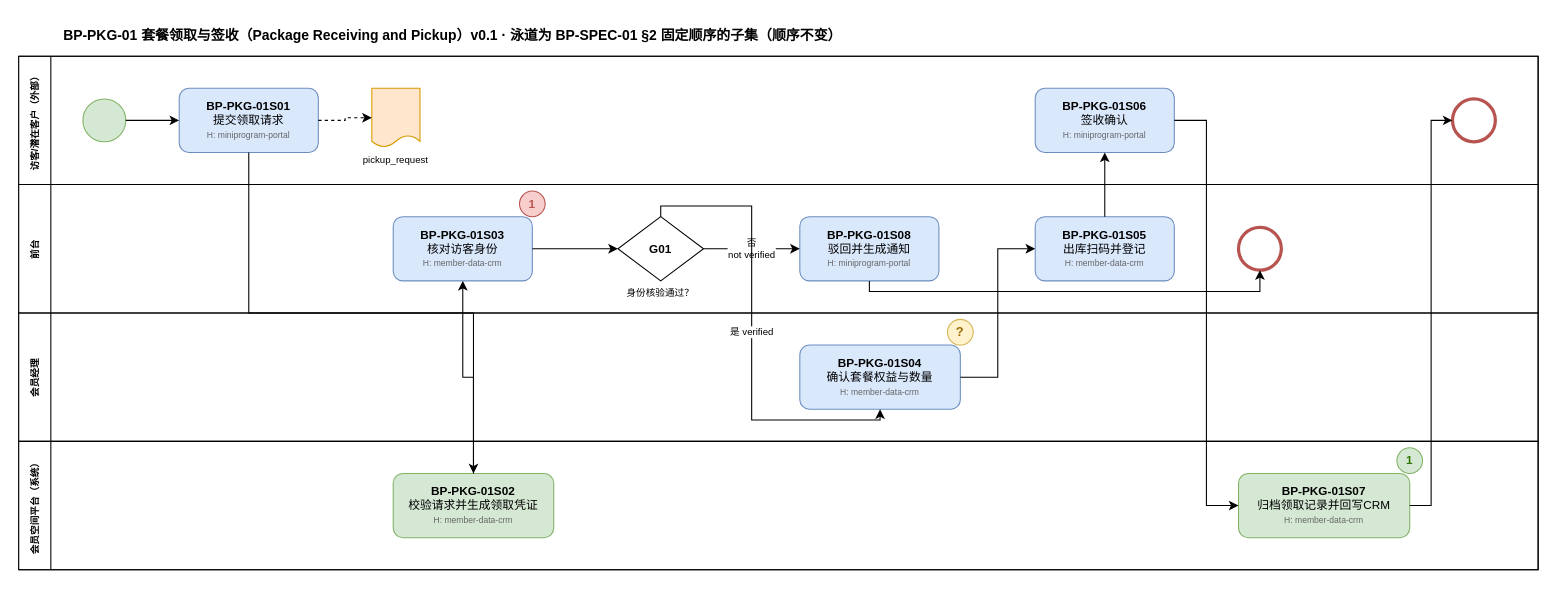
Michaelyi07/bp-swimlane-spec-template keeps this draw.io diagram as example/BP-PKG-01-package-receiving-pickup-v0.1.drawio. Above is the earlier version. Source tidied: cells renumbered, new cells numbered last; positions are measured from the earlier drawing's top-left corner, leaving out a move shared by most shapes. Both pictures are drawn from the tidied source at 107%, with x=0, y=0 at pixel (18, 18).
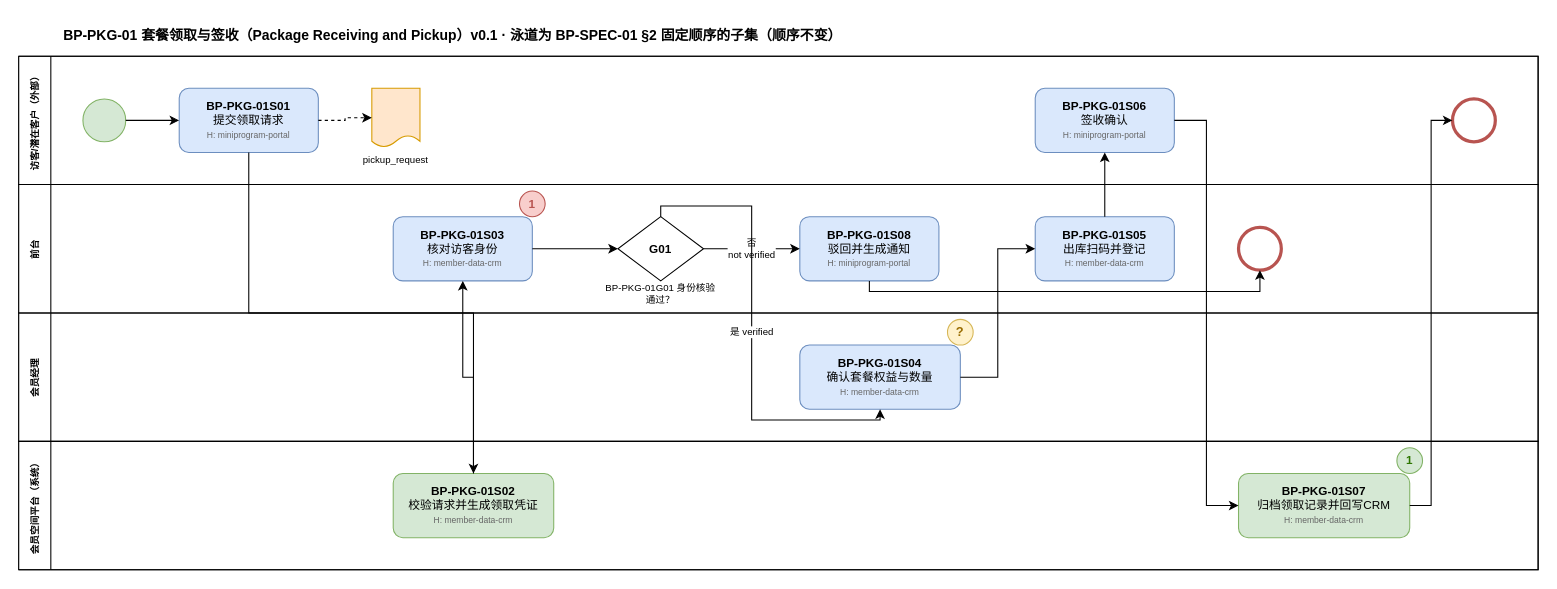
The same page after the edit.

Commit message (it also covers changes not shown here):
Fix review findings: add PDF exports (scope item 1), gateway id BP-PKG-01G01 on diagram, correct dates to 2026-11-24, complete README file list; spec/verify re-run 18/18 PASS

The change refers to these unchanged cells:
```xml
<mxCell id="5" value="前台" style="swimlane;horizontal=0;startSize=30;fillColor=none;strokeColor=#000000;fontSize=9;" parent="3" vertex="1">
  <mxGeometry y="120" width="1420" height="120" as="geometry" />
</mxCell>
```

The edit, as a diff of the source:
```diff
@@
-    <mxCell id="14" value="身份核验通过？" style="text;html=1;align=center;verticalAlign=middle;fontSize=9;whiteSpace=wrap;" parent="5" vertex="1">
+    <mxCell id="14" value="BP-PKG-01G01 身份核验通过？" style="text;html=1;align=center;verticalAlign=middle;fontSize=9;whiteSpace=wrap;" parent="5" vertex="1">
       <mxGeometry x="545" y="92" width="110" height="20" as="geometry" />
     </mxCell>
```
